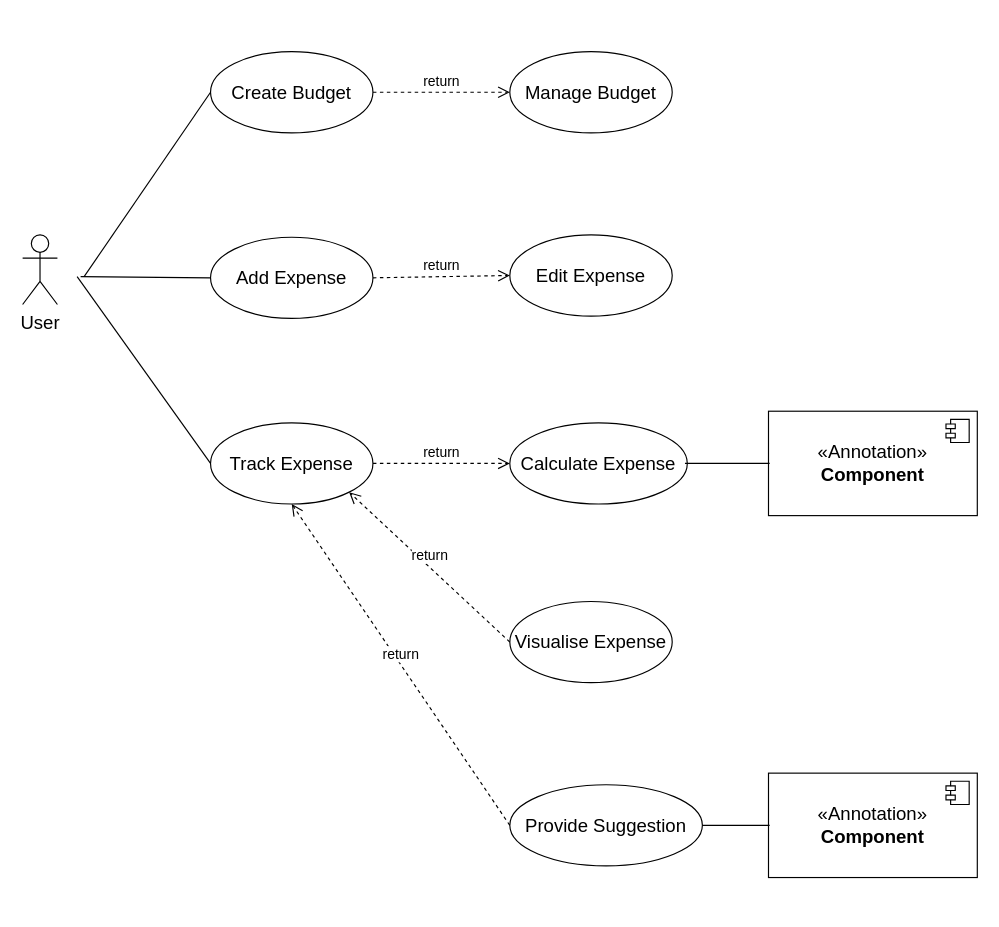
Before: Untitled Diagram.drawio in Re1chi/javatestttttt, a draw.io diagram. Source tidied: cells renumbered, new cells numbered last; positions are measured from the earlier drawing's top-left corner, leaving out a move shared by most shapes. Both pictures are drawn from the tidied source at 116%, with x=0, y=0 at pixel (22, 51).
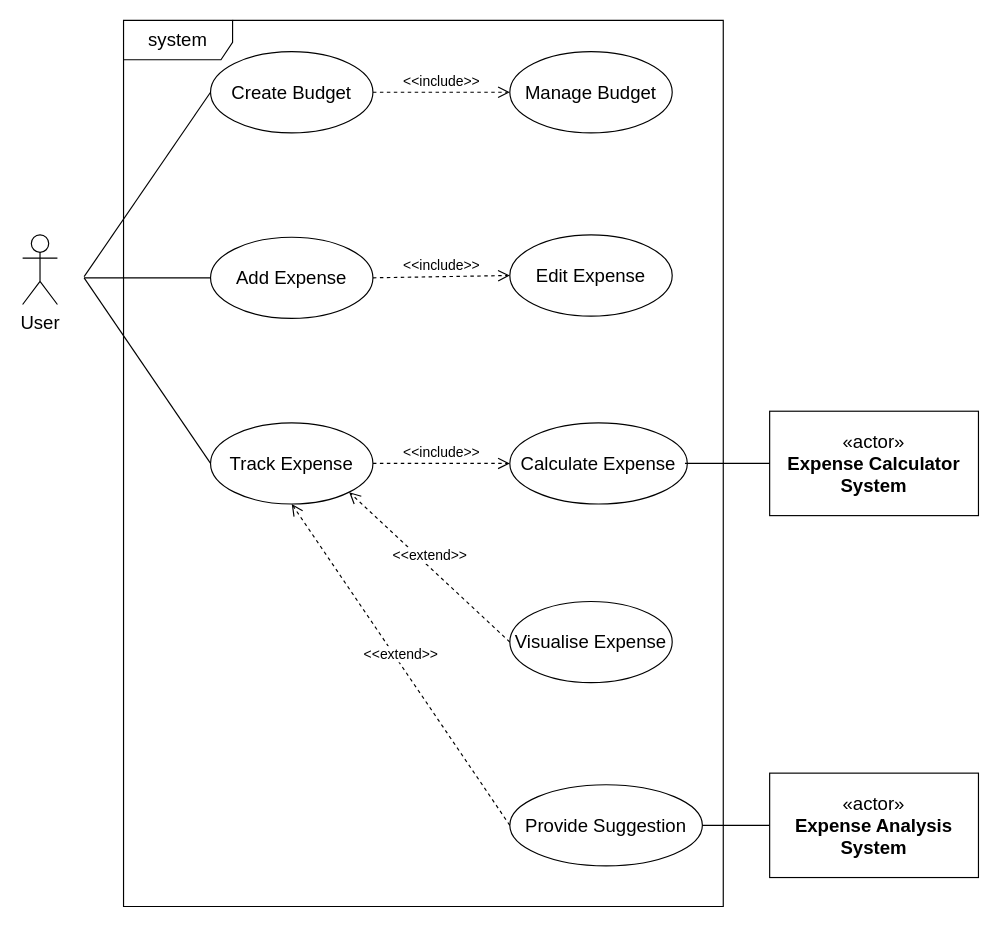
The same diagram, later.

Unchanged cells that the change refers to:
```xml
<mxCell id="3" value="Create Budget" style="ellipse;whiteSpace=wrap;html=1;fontSize=16;" parent="1" vertex="1">
  <mxGeometry x="162" width="140" height="70" as="geometry" />
</mxCell>
<mxCell id="4" value="Manage Budget" style="ellipse;whiteSpace=wrap;html=1;fontSize=16;" parent="1" vertex="1">
  <mxGeometry x="420" width="140" height="70" as="geometry" />
</mxCell>
<mxCell id="5" value="Add Expense" style="ellipse;whiteSpace=wrap;html=1;fontSize=16;" parent="1" vertex="1">
  <mxGeometry x="162" y="160" width="140" height="70" as="geometry" />
</mxCell>
<mxCell id="6" value="Edit Expense" style="ellipse;whiteSpace=wrap;html=1;fontSize=16;" parent="1" vertex="1">
  <mxGeometry x="420" y="158" width="140" height="70" as="geometry" />
</mxCell>
<mxCell id="7" value="Track Expense" style="ellipse;whiteSpace=wrap;html=1;fontSize=16;" parent="1" vertex="1">
  <mxGeometry x="162" y="320" width="140" height="70" as="geometry" />
</mxCell>
<mxCell id="8" value="Calculate Expense" style="ellipse;whiteSpace=wrap;html=1;fontSize=16;" parent="1" vertex="1">
  <mxGeometry x="420" y="320" width="153" height="70" as="geometry" />
</mxCell>
<mxCell id="9" value="Visualise Expense" style="ellipse;whiteSpace=wrap;html=1;fontSize=16;" parent="1" vertex="1">
  <mxGeometry x="420" y="474" width="140" height="70" as="geometry" />
</mxCell>
<mxCell id="10" value="Provide Suggestion" style="ellipse;whiteSpace=wrap;html=1;fontSize=16;" parent="1" vertex="1">
  <mxGeometry x="420" y="632" width="166" height="70" as="geometry" />
</mxCell>
```

What changed in the source:
```diff
@@
-    <mxCell id="11" value="return" style="html=1;verticalAlign=bottom;endArrow=open;dashed=1;endSize=8;elbow=vertical;rounded=0;fontSize=12;exitX=0;exitY=0.5;exitDx=0;exitDy=0;entryX=0.5;entryY=1;entryDx=0;entryDy=0;" parent="1" edge="1" source="10" target="7">
+    <mxCell id="11" value="&amp;lt;&amp;lt;extend&amp;gt;&amp;gt;" style="html=1;verticalAlign=bottom;endArrow=open;dashed=1;endSize=8;elbow=vertical;rounded=0;fontSize=12;exitX=0;exitY=0.5;exitDx=0;exitDy=0;entryX=0.5;entryY=1;entryDx=0;entryDy=0;" parent="1" edge="1" source="10" target="7">
       <mxGeometry relative="1" as="geometry" />
     </mxCell>
-    <mxCell id="12" value="return" style="html=1;verticalAlign=bottom;endArrow=open;dashed=1;endSize=8;elbow=vertical;rounded=0;fontSize=12;exitX=0;exitY=0.5;exitDx=0;exitDy=0;entryX=1;entryY=1;entryDx=0;entryDy=0;" parent="1" edge="1" source="9" target="7">
+    <mxCell id="12" value="&amp;lt;&amp;lt;extend&amp;gt;&amp;gt;" style="html=1;verticalAlign=bottom;endArrow=open;dashed=1;endSize=8;elbow=vertical;rounded=0;fontSize=12;exitX=0;exitY=0.5;exitDx=0;exitDy=0;entryX=1;entryY=1;entryDx=0;entryDy=0;" parent="1" edge="1" source="9" target="7">
       <mxGeometry relative="1" as="geometry" />
     </mxCell>
-    <mxCell id="13" value="return" style="html=1;verticalAlign=bottom;endArrow=open;dashed=1;endSize=8;elbow=vertical;rounded=0;fontSize=12;exitX=1;exitY=0.5;exitDx=0;exitDy=0;entryX=0;entryY=0.5;entryDx=0;entryDy=0;" parent="1" edge="1" source="7" target="8">
+    <mxCell id="13" value="&amp;lt;&amp;lt;include&amp;gt;&amp;gt;" style="html=1;verticalAlign=bottom;endArrow=open;dashed=1;endSize=8;elbow=vertical;rounded=0;fontSize=12;exitX=1;exitY=0.5;exitDx=0;exitDy=0;entryX=0;entryY=0.5;entryDx=0;entryDy=0;" parent="1" edge="1" source="7" target="8">
       <mxGeometry relative="1" as="geometry" />
     </mxCell>
-    <mxCell id="14" value="return" style="html=1;verticalAlign=bottom;endArrow=open;dashed=1;endSize=8;elbow=vertical;rounded=0;fontSize=12;exitX=1;exitY=0.5;exitDx=0;exitDy=0;entryX=0;entryY=0.5;entryDx=0;entryDy=0;" parent="1" edge="1" source="5" target="6">
+    <mxCell id="14" value="&amp;lt;&amp;lt;include&amp;gt;&amp;gt;" style="html=1;verticalAlign=bottom;endArrow=open;dashed=1;endSize=8;elbow=vertical;rounded=0;fontSize=12;exitX=1;exitY=0.5;exitDx=0;exitDy=0;entryX=0;entryY=0.5;entryDx=0;entryDy=0;" parent="1" edge="1" source="5" target="6">
       <mxGeometry relative="1" as="geometry" />
     </mxCell>
-    <mxCell id="15" value="return" style="html=1;verticalAlign=bottom;endArrow=open;dashed=1;endSize=8;edgeStyle=elbowEdgeStyle;elbow=vertical;curved=0;rounded=0;fontSize=12;entryX=0;entryY=0.5;entryDx=0;entryDy=0;exitX=1;exitY=0.5;exitDx=0;exitDy=0;" parent="1" edge="1" source="3" target="4">
+    <mxCell id="15" value="&amp;lt;&amp;lt;include&amp;gt;&amp;gt;" style="html=1;verticalAlign=bottom;endArrow=open;dashed=1;endSize=8;edgeStyle=elbowEdgeStyle;elbow=vertical;curved=0;rounded=0;fontSize=12;entryX=0;entryY=0.5;entryDx=0;entryDy=0;exitX=1;exitY=0.5;exitDx=0;exitDy=0;" parent="1" edge="1" source="3" target="4">
       <mxGeometry relative="1" as="geometry" />
     </mxCell>
-    <mxCell id="16" value="&amp;laquo;Annotation&amp;raquo;&lt;br/&gt;&lt;b&gt;Component&lt;/b&gt;" style="html=1;whiteSpace=wrap;fontSize=16;" parent="1" vertex="1">
-      <mxGeometry x="643" y="310" width="180" height="90" as="geometry" />
+    <mxCell id="16" value="«actor»&lt;br&gt;&lt;b&gt;Expense Calculator System&lt;/b&gt;" style="html=1;whiteSpace=wrap;fontSize=16;" parent="1" vertex="1">
+      <mxGeometry x="644" y="310" width="180" height="90" as="geometry" />
     </mxCell>
-    <mxCell id="17" style="shape=module;jettyWidth=8;jettyHeight=4;fontSize=16;" parent="16" vertex="1">
-      <mxGeometry x="1" width="20" height="20" relative="1" as="geometry">
-        <mxPoint x="-27" y="7" as="offset" />
-      </mxGeometry>
-    </mxCell>
-    <mxCell id="18" value="&amp;laquo;Annotation&amp;raquo;&lt;br/&gt;&lt;b&gt;Component&lt;/b&gt;" style="html=1;whiteSpace=wrap;fontSize=16;" parent="1" vertex="1">
-      <mxGeometry x="643" y="622" width="180" height="90" as="geometry" />
-    </mxCell>
-    <mxCell id="19" style="shape=module;jettyWidth=8;jettyHeight=4;fontSize=16;" parent="18" vertex="1">
-      <mxGeometry x="1" width="20" height="20" relative="1" as="geometry">
-        <mxPoint x="-27" y="7" as="offset" />
-      </mxGeometry>
-    </mxCell>
@@
     <mxCell id="22" style="endArrow=none;html=1;rounded=0;fontSize=12;startSize=8;endSize=8;curved=1;entryX=0;entryY=0.5;entryDx=0;entryDy=0;" parent="1" edge="1" target="7">
       <mxGeometry relative="1" as="geometry">
-        <mxPoint x="47" y="194" as="sourcePoint" />
+        <mxPoint x="53" y="195" as="sourcePoint" />
       </mxGeometry>
     </mxCell>
     <mxCell id="23" style="endArrow=none;html=1;rounded=0;fontSize=12;startSize=8;endSize=8;curved=1;entryX=0;entryY=0.5;entryDx=0;entryDy=0;" parent="1" edge="1" target="5">
       <mxGeometry relative="1" as="geometry">
-        <mxPoint x="50" y="194" as="sourcePoint" />
+        <mxPoint x="53" y="195" as="sourcePoint" />
       </mxGeometry>
     </mxCell>
@@
+    <mxCell id="19" style="shape=module;jettyWidth=8;jettyHeight=4;fontSize=16;" parent="1" vertex="1">
+      <mxGeometry x="796" y="629" width="20" height="20" as="geometry">
+        <mxPoint x="-27" y="7" as="offset" />
+      </mxGeometry>
+    </mxCell>
+    <mxCell id="18" value="«actor»&lt;br&gt;&lt;b&gt;Expense Analysis System&lt;/b&gt;" style="html=1;whiteSpace=wrap;fontSize=16;" parent="1" vertex="1">
+      <mxGeometry x="644" y="622" width="180" height="90" as="geometry" />
+    </mxCell>
+    <mxCell id="25" value="system" style="shape=umlFrame;whiteSpace=wrap;html=1;fontSize=16;width=94;height=34;" parent="1" vertex="1">
+      <mxGeometry x="87" y="-27" width="517" height="764" as="geometry" />
+    </mxCell>
```
